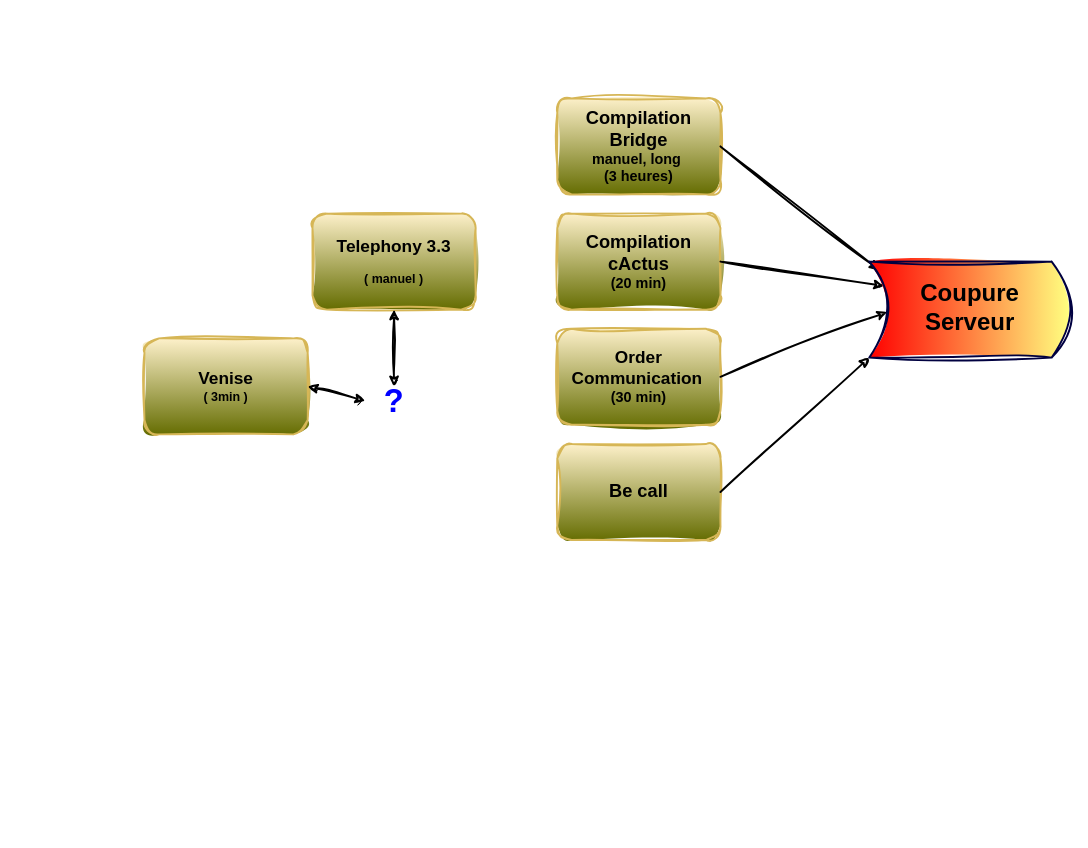
Earlier version of the draw.io diagram Suivi MEP.drawio (MarcSyndrome/Objectif-du-jour-ARC-EF). Source tidied: cells renumbered, new cells numbered last; positions are measured from the earlier drawing's top-left corner, leaving out a move shared by most shapes. Both pictures are drawn from the tidied source at 96%, with x=0, y=0 at pixel (144, 98).
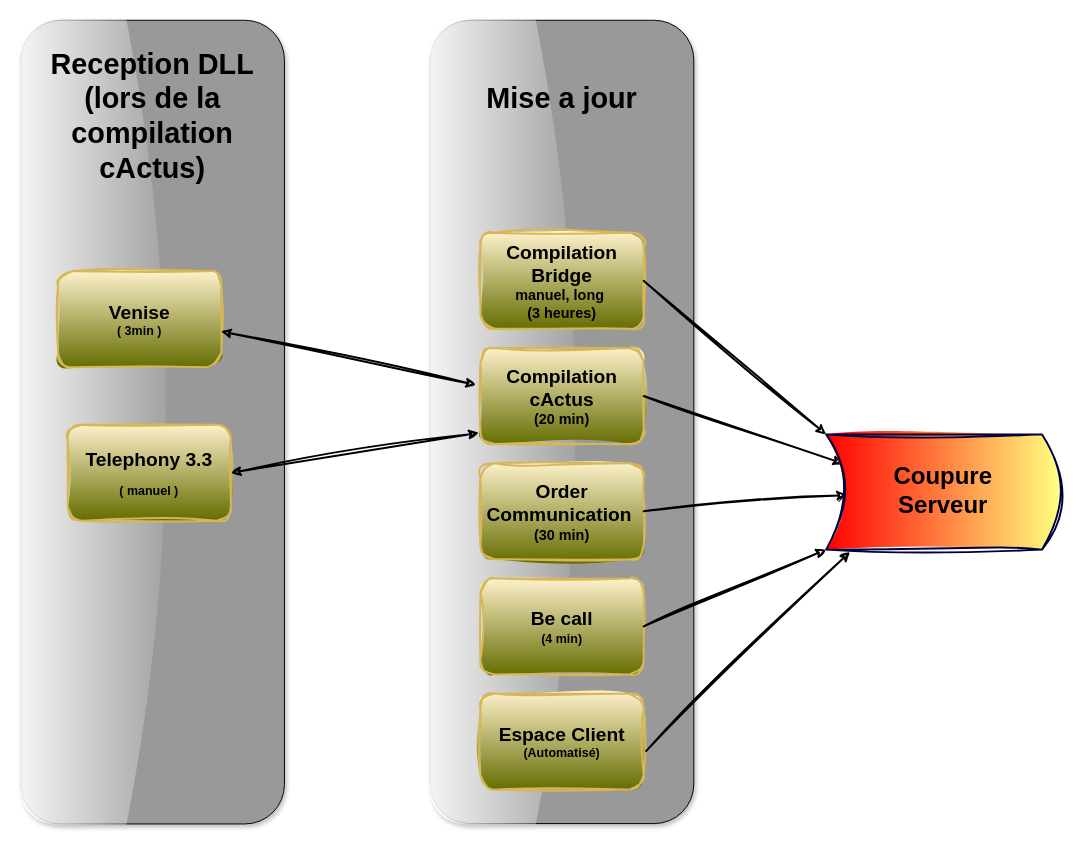
The same diagram, later.

Commit message (it also covers changes not shown here):
Mettre à jour Suivi MEP.drawio

What changed in the source:
```diff
@@
+    <mxCell id="17" style="rounded=1;whiteSpace=wrap;html=1;rotation=-90;fillColor=#999999;shadow=1;glass=1;" parent="1" vertex="1">
+      <mxGeometry x="-410" y="200" width="837.2" height="274.4" as="geometry" />
+    </mxCell>
+    <mxCell id="18" style="rounded=1;whiteSpace=wrap;html=1;rotation=-90;fillColor=#999999;shadow=1;glass=1;" parent="1" vertex="1">
+      <mxGeometry x="16.6" y="199.8" width="836.8" height="274.4" as="geometry" />
+    </mxCell>
-    <mxCell id="2" value="&lt;div&gt;&lt;font style=&quot;font-size: 19px;&quot;&gt;&lt;b&gt;Compilation Bridge&lt;/b&gt;&lt;/font&gt;&lt;b&gt;&lt;font style=&quot;font-size: 15px;&quot;&gt;&lt;br&gt;&lt;/font&gt;&lt;/b&gt;&lt;/div&gt;&lt;div&gt;&lt;b&gt;&lt;font style=&quot;font-size: 15px;&quot;&gt;manuel, long&amp;nbsp;&lt;/font&gt;&lt;/b&gt;&lt;/div&gt;&lt;div&gt;&lt;b&gt;&lt;font style=&quot;font-size: 15px;&quot;&gt;(3 heures)&lt;/font&gt;&lt;/b&gt;&lt;/div&gt;" style="rounded=1;whiteSpace=wrap;html=1;fillColor=#fff2cc;strokeColor=#d6b656;gradientColor=#646c00;sketch=1;curveFitting=1;jiggle=2;shadow=0;strokeWidth=2;" parent="1" vertex="1">
-      <mxGeometry x="430" width="170" height="100" as="geometry" />
+    <mxCell id="2" value="&lt;div style=&quot;font-size: 20px;&quot;&gt;&lt;font style=&quot;font-size: 20px;&quot;&gt;&lt;b&gt;Compilation Bridge&lt;/b&gt;&lt;/font&gt;&lt;b&gt;&lt;font style=&quot;font-size: 15px;&quot;&gt;&lt;br&gt;&lt;/font&gt;&lt;/b&gt;&lt;/div&gt;&lt;div&gt;&lt;b&gt;&lt;font style=&quot;font-size: 15px;&quot;&gt;manuel, long&amp;nbsp;&lt;/font&gt;&lt;/b&gt;&lt;/div&gt;&lt;div&gt;&lt;b&gt;&lt;font style=&quot;font-size: 15px;&quot;&gt;(3 heures)&lt;/font&gt;&lt;/b&gt;&lt;/div&gt;" style="rounded=1;whiteSpace=wrap;html=1;fillColor=#fff2cc;strokeColor=#d6b656;gradientColor=#646c00;sketch=1;curveFitting=1;jiggle=2;shadow=0;strokeWidth=2;" parent="1" vertex="1">
+      <mxGeometry x="350" y="140" width="170" height="100" as="geometry" />
     </mxCell>
-    <mxCell id="3" value="&lt;div&gt;&lt;b&gt;&lt;font style=&quot;font-size: 19px;&quot;&gt;Compilation cActus&lt;/font&gt;&lt;/b&gt;&lt;/div&gt;&lt;div&gt;&lt;b&gt;&lt;font style=&quot;font-size: 15px;&quot;&gt;(20 min)&lt;/font&gt;&lt;/b&gt;&lt;/div&gt;" style="rounded=1;whiteSpace=wrap;html=1;fillColor=#fff2cc;strokeColor=#d6b656;gradientColor=#646c00;sketch=1;curveFitting=1;jiggle=2;shadow=0;strokeWidth=2;" parent="1" vertex="1">
-      <mxGeometry x="430" y="120" width="170" height="100" as="geometry" />
+    <mxCell id="3" value="&lt;div style=&quot;font-size: 20px;&quot;&gt;&lt;b&gt;&lt;font style=&quot;font-size: 20px;&quot;&gt;Compilation cActus&lt;/font&gt;&lt;/b&gt;&lt;/div&gt;&lt;div&gt;&lt;b&gt;&lt;font style=&quot;font-size: 15px;&quot;&gt;(20 min)&lt;/font&gt;&lt;/b&gt;&lt;/div&gt;" style="rounded=1;whiteSpace=wrap;html=1;fillColor=#fff2cc;strokeColor=#d6b656;gradientColor=#646c00;sketch=1;curveFitting=1;jiggle=2;shadow=0;strokeWidth=2;" parent="1" vertex="1">
+      <mxGeometry x="350" y="260" width="170" height="100" as="geometry" />
     </mxCell>
-    <mxCell id="4" style="endArrow=classic;html=1;rounded=0;exitX=1;exitY=0.5;exitDx=0;exitDy=0;entryX=0.95;entryY=0.911;entryDx=0;entryDy=0;entryPerimeter=0;sketch=1;curveFitting=1;jiggle=2;shadow=0;strokeWidth=2;" parent="1" edge="1" source="2" target="15">
+    <mxCell id="4" style="endArrow=classic;html=1;rounded=0;exitX=1;exitY=0.5;exitDx=0;exitDy=0;entryX=1;entryY=1;entryDx=0;entryDy=0;sketch=1;curveFitting=1;jiggle=2;shadow=0;strokeWidth=2;" parent="1" edge="1" source="2" target="15">
       <mxGeometry relative="1" as="geometry" />
     </mxCell>
@@
-    <mxCell id="6" value="&lt;div&gt;&lt;font size=&quot;1&quot;&gt;&lt;b style=&quot;font-size: 18px;&quot;&gt;Order Communication&lt;/b&gt;&lt;/font&gt;&amp;nbsp;&lt;/div&gt;&lt;div&gt;&lt;b&gt;&lt;font style=&quot;font-size: 15px;&quot;&gt;(30 min)&lt;/font&gt;&lt;/b&gt;&lt;/div&gt;" style="rounded=1;whiteSpace=wrap;html=1;fillColor=#fff2cc;strokeColor=#d6b656;gradientColor=#646c00;sketch=1;curveFitting=1;jiggle=2;shadow=0;strokeWidth=2;" parent="1" vertex="1">
-      <mxGeometry x="430" y="240" width="170" height="100" as="geometry" />
+    <mxCell id="6" value="&lt;div style=&quot;font-size: 20px;&quot;&gt;&lt;font style=&quot;font-size: 20px;&quot;&gt;&lt;b&gt;Order Communication&lt;/b&gt;&amp;nbsp;&lt;/font&gt;&lt;/div&gt;&lt;div&gt;&lt;b&gt;&lt;font style=&quot;font-size: 15px;&quot;&gt;(30 min)&lt;/font&gt;&lt;/b&gt;&lt;/div&gt;" style="rounded=1;whiteSpace=wrap;html=1;fillColor=#fff2cc;strokeColor=#d6b656;gradientColor=#646c00;sketch=1;curveFitting=1;jiggle=2;shadow=0;strokeWidth=2;" parent="1" vertex="1">
+      <mxGeometry x="350" y="380" width="170" height="100" as="geometry" />
     </mxCell>
@@
-    <mxCell id="8" value="&lt;font style=&quot;font-size: 19px;&quot;&gt;&lt;b&gt;Be call&lt;/b&gt;&lt;/font&gt;" style="rounded=1;whiteSpace=wrap;html=1;fillColor=#fff2cc;strokeColor=#d6b656;gradientColor=#646c00;sketch=1;curveFitting=1;jiggle=2;shadow=0;strokeWidth=2;" parent="1" vertex="1">
-      <mxGeometry x="430" y="360" width="170" height="100" as="geometry" />
+    <mxCell id="8" value="&lt;div style=&quot;font-size: 20px;&quot;&gt;&lt;font style=&quot;font-size: 20px;&quot;&gt;&lt;b&gt;Be call&lt;/b&gt;&lt;br&gt;&lt;/font&gt;&lt;/div&gt;&lt;div style=&quot;font-size: 15px;&quot;&gt;&lt;font style=&quot;font-size: 13px;&quot;&gt;&lt;b&gt;(4 min)&lt;br&gt;&lt;/b&gt;&lt;/font&gt;&lt;/div&gt;" style="rounded=1;whiteSpace=wrap;html=1;fillColor=#fff2cc;strokeColor=#d6b656;gradientColor=#646c00;sketch=1;curveFitting=1;jiggle=2;shadow=0;strokeWidth=2;" parent="1" vertex="1">
+      <mxGeometry x="350" y="500" width="170" height="100" as="geometry" />
     </mxCell>
@@
-    <mxCell id="10" value="&lt;div&gt;&lt;font style=&quot;font-size: 18px;&quot;&gt;&lt;b&gt;Telephony 3.3&lt;/b&gt;&lt;/font&gt;&lt;/div&gt;&lt;br&gt;&lt;font size=&quot;1&quot;&gt;&lt;b style=&quot;font-size: 13px;&quot;&gt;( manuel )&lt;/b&gt;&lt;/font&gt;" style="rounded=1;whiteSpace=wrap;html=1;fillColor=#fff2cc;strokeColor=#d6b656;gradientColor=#646c00;sketch=1;curveFitting=1;jiggle=2;shadow=0;strokeWidth=2;" parent="1" vertex="1">
-      <mxGeometry x="175" y="120" width="170" height="100" as="geometry" />
+    <mxCell id="10" value="&lt;div style=&quot;font-size: 20px;&quot;&gt;&lt;font style=&quot;font-size: 20px;&quot;&gt;&lt;b&gt;Telephony 3.3&lt;/b&gt;&lt;/font&gt;&lt;/div&gt;&lt;br&gt;&lt;font size=&quot;1&quot;&gt;&lt;b style=&quot;font-size: 13px;&quot;&gt;( manuel )&lt;/b&gt;&lt;/font&gt;" style="rounded=1;whiteSpace=wrap;html=1;fillColor=#fff2cc;strokeColor=#d6b656;gradientColor=#646c00;sketch=1;curveFitting=1;jiggle=2;shadow=0;strokeWidth=2;" parent="1" vertex="1">
+      <mxGeometry x="-80" y="340" width="170" height="100" as="geometry" />
     </mxCell>
-    <mxCell id="11" value="&lt;div style=&quot;font-size: 21px;&quot;&gt;&lt;font color=&quot;#0000ff&quot; size=&quot;1&quot;&gt;&lt;b style=&quot;font-size: 34px;&quot;&gt;?&lt;/b&gt;&lt;/font&gt;&lt;/div&gt;" style="text;html=1;strokeColor=none;fillColor=none;align=center;verticalAlign=middle;whiteSpace=wrap;rounded=0;sketch=1;curveFitting=1;jiggle=2;shadow=0;strokeWidth=2;" parent="1" vertex="1">
-      <mxGeometry x="230" y="300" width="60" height="30" as="geometry" />
-    </mxCell>
-    <mxCell id="12" style="endArrow=classic;startArrow=classic;html=1;rounded=0;exitX=0.5;exitY=0;exitDx=0;exitDy=0;entryX=0.5;entryY=1;entryDx=0;entryDy=0;sketch=1;curveFitting=1;jiggle=2;shadow=0;strokeWidth=2;" parent="1" edge="1" source="11" target="10">
+    <mxCell id="12" style="endArrow=classic;startArrow=classic;html=1;rounded=0;exitX=-0.01;exitY=0.884;exitDx=0;exitDy=0;entryX=1;entryY=0.5;entryDx=0;entryDy=0;sketch=1;curveFitting=1;jiggle=2;shadow=0;strokeWidth=2;exitPerimeter=0;" parent="1" edge="1" source="3" target="10">
       <mxGeometry relative="1" as="geometry" />
     </mxCell>
-    <mxCell id="13" value="&lt;div&gt;&lt;b style=&quot;font-size: 18px;&quot;&gt;Venise&lt;/b&gt;&lt;/div&gt;&lt;div&gt;&lt;font style=&quot;font-size: 13px;&quot;&gt;&lt;b&gt;( 3min )&lt;br&gt;&lt;/b&gt;&lt;/font&gt;&lt;/div&gt;" style="rounded=1;whiteSpace=wrap;html=1;fillColor=#fff2cc;strokeColor=#d6b656;gradientColor=#646c00;sketch=1;curveFitting=1;jiggle=2;shadow=0;strokeWidth=2;" parent="1" vertex="1">
-      <mxGeometry y="250" width="170" height="100" as="geometry" />
+    <mxCell id="13" value="&lt;div&gt;&lt;font size=&quot;1&quot;&gt;&lt;b style=&quot;font-size: 20px;&quot;&gt;Venise&lt;/b&gt;&lt;/font&gt;&lt;/div&gt;&lt;div&gt;&lt;font style=&quot;font-size: 13px;&quot;&gt;&lt;b&gt;( 3min )&lt;br&gt;&lt;/b&gt;&lt;/font&gt;&lt;/div&gt;" style="rounded=1;whiteSpace=wrap;html=1;fillColor=#fff2cc;strokeColor=#d6b656;gradientColor=#646c00;sketch=1;curveFitting=1;jiggle=2;shadow=0;strokeWidth=2;" parent="1" vertex="1">
+      <mxGeometry x="-90" y="180" width="170" height="100" as="geometry" />
     </mxCell>
-    <mxCell id="14" style="endArrow=classic;startArrow=classic;html=1;rounded=0;exitX=1;exitY=0.5;exitDx=0;exitDy=0;entryX=0;entryY=0.5;entryDx=0;entryDy=0;sketch=1;curveFitting=1;jiggle=2;strokeWidth=2;" parent="1" edge="1" source="13" target="11">
-      <mxGeometry relative="1" as="geometry" />
-    </mxCell>
     <mxCell id="15" style="shape=dataStorage;whiteSpace=wrap;html=1;fixedSize=1;rotation=-180;gradientColor=#ff0000;fillColor=#ffff80;gradientDirection=east;sketch=1;curveFitting=1;jiggle=2;shadow=0;strokeWidth=2;strokeColor=#000040;" parent="1" vertex="1">
-      <mxGeometry x="755" y="170" width="210" height="100" as="geometry" />
+      <mxGeometry x="710" y="350" width="245" height="120" as="geometry" />
     </mxCell>
     <mxCell id="16" value="&#10;&lt;b&gt;&lt;font style=&quot;font-size: 25px;&quot;&gt;Coupure Serveur&lt;/font&gt;&lt;/b&gt;&#10;&#10;" style="text;html=1;strokeColor=none;fillColor=none;align=center;verticalAlign=middle;whiteSpace=wrap;rounded=0;" parent="1" vertex="1">
-      <mxGeometry x="830" y="210" width="60" height="30" as="geometry" />
+      <mxGeometry x="749.4" y="380" width="166.2" height="70" as="geometry" />
     </mxCell>
+    <mxCell id="19" value="&lt;b style=&quot;font-size: 30px;&quot;&gt;Mise a jour &lt;br&gt;&lt;/b&gt;" style="text;html=1;strokeColor=none;fillColor=none;align=center;verticalAlign=middle;whiteSpace=wrap;rounded=0;" parent="1" vertex="1">
+      <mxGeometry x="320" y="-30" width="230" height="60" as="geometry" />
+    </mxCell>
+    <mxCell id="20" value="&lt;font style=&quot;font-size: 30px;&quot;&gt;&lt;b&gt;Reception DLL (lors de la compilation cActus)&lt;/b&gt;&lt;font style=&quot;font-size: 30px;&quot;&gt;&lt;b&gt;&lt;br&gt;&lt;/b&gt;&lt;/font&gt;&lt;/font&gt;" style="text;html=1;strokeColor=none;fillColor=none;align=center;verticalAlign=middle;whiteSpace=wrap;rounded=0;" parent="1" vertex="1">
+      <mxGeometry x="-100.7" y="-50" width="218.6" height="135" as="geometry" />
+    </mxCell>
+    <mxCell id="21" style="endArrow=classic;startArrow=classic;html=1;rounded=0;exitX=-0.027;exitY=0.384;exitDx=0;exitDy=0;entryX=0.998;entryY=0.627;entryDx=0;entryDy=0;sketch=1;curveFitting=1;jiggle=2;shadow=0;strokeWidth=2;entryPerimeter=0;exitPerimeter=0;" parent="1" edge="1" source="3" target="13">
+      <mxGeometry relative="1" as="geometry" />
+    </mxCell>
+    <mxCell id="22" value="&lt;div&gt;&lt;b&gt;&lt;font style=&quot;font-size: 20px;&quot;&gt;Espace Client &lt;/font&gt;&lt;/b&gt;&lt;br&gt;&lt;/div&gt;&lt;div style=&quot;font-size: 13px;&quot;&gt;&lt;font style=&quot;font-size: 13px;&quot;&gt;&lt;b&gt;(Automatisé)&lt;/b&gt;&lt;/font&gt;&lt;br&gt;&lt;/div&gt;" style="rounded=1;whiteSpace=wrap;html=1;fillColor=#fff2cc;strokeColor=#d6b656;gradientColor=#646c00;sketch=1;curveFitting=1;jiggle=2;shadow=0;strokeWidth=2;" parent="1" vertex="1">
+      <mxGeometry x="350" y="620" width="170" height="100" as="geometry" />
+    </mxCell>
+    <mxCell id="23" style="endArrow=classic;html=1;rounded=0;exitX=1.015;exitY=0.599;exitDx=0;exitDy=0;entryX=0.898;entryY=-0.019;entryDx=0;entryDy=0;sketch=1;curveFitting=1;jiggle=2;shadow=0;strokeWidth=2;exitPerimeter=0;entryPerimeter=0;" parent="1" edge="1" source="22" target="15">
+      <mxGeometry relative="1" as="geometry" />
+    </mxCell>
```
